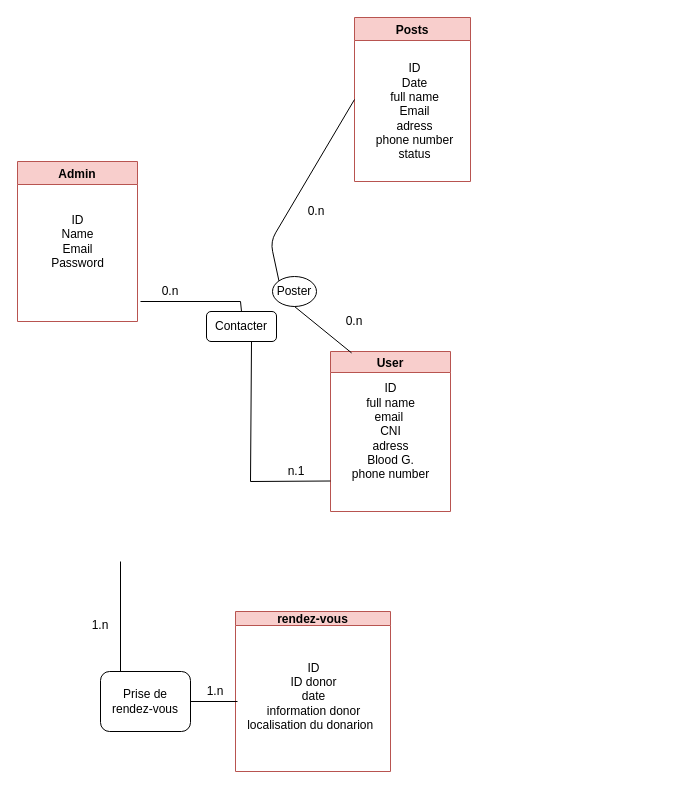
chaima-marzouk/projet-fil-rouge keeps this draw.io diagram as mcd.drawio. Above is the earlier version. Source tidied: cells renumbered, new cells numbered last; positions are measured from the earlier drawing's top-left corner, leaving out a move shared by most shapes. Both pictures are drawn from the tidied source at 100%, with x=0, y=0 at pixel (17, 17).
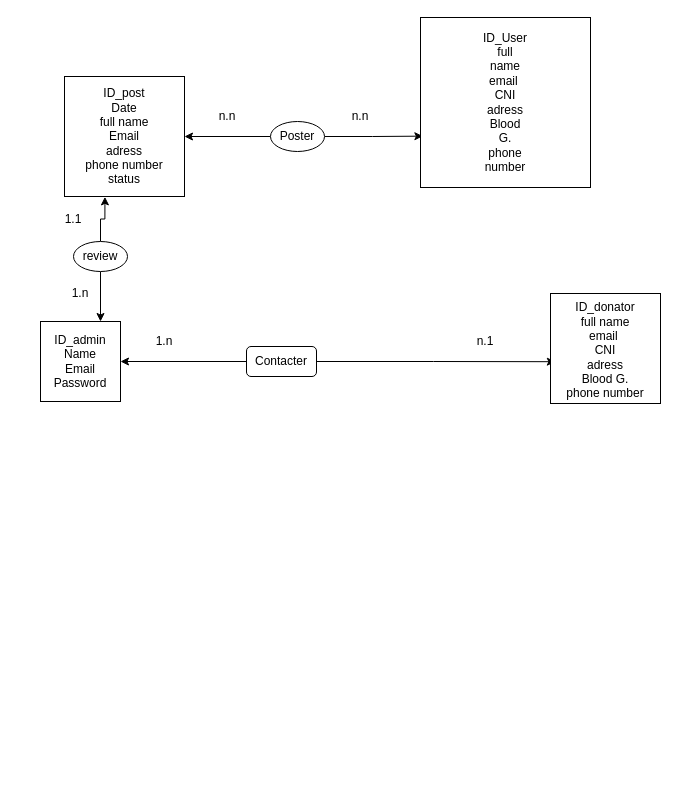
The same page after the edit.

The edit, as a diff of the source:
```diff
@@
-    <mxCell id="2" value="Admin" style="swimlane;fillColor=#f8cecc;strokeColor=#b85450;" parent="1" vertex="1">
-      <mxGeometry y="144" width="120" height="160" as="geometry" />
-    </mxCell>
-    <mxCell id="3" value="ID&lt;br&gt;Name&lt;br&gt;Email&lt;br&gt;Password" style="text;html=1;align=center;verticalAlign=middle;" parent="2" vertex="1">
-      <mxGeometry x="25" y="50" width="70" height="60" as="geometry" />
-    </mxCell>
-    <mxCell id="4" value="Posts" style="swimlane;fillColor=#f8cecc;strokeColor=#b85450;" parent="1" vertex="1">
-      <mxGeometry x="337" width="116" height="164" as="geometry" />
-    </mxCell>
-    <mxCell id="5" value="ID&lt;br&gt;Date&lt;br&gt;full name&lt;br&gt;Email&lt;br&gt;adress&lt;br&gt;phone number&lt;br&gt;status" style="text;html=1;align=center;verticalAlign=middle;" parent="4" vertex="1">
-      <mxGeometry x="15" y="44" width="90" height="100" as="geometry" />
-    </mxCell>
-    <mxCell id="6" value="rendez-vous" style="swimlane;startSize=14;fillColor=#f8cecc;strokeColor=#b85450;" parent="1" vertex="1">
-      <mxGeometry x="218" y="594" width="155" height="160" as="geometry" />
-    </mxCell>
-    <mxCell id="7" value="ID&lt;br&gt;ID donor&lt;br&gt;date&lt;br&gt;information donor&lt;br&gt;localisation du donarion&amp;nbsp;&amp;nbsp;" style="text;html=1;align=center;verticalAlign=middle;" parent="6" vertex="1">
-      <mxGeometry x="2.5" y="45" width="150" height="80" as="geometry" />
-    </mxCell>
+    <mxCell id="28" style="edgeStyle=orthogonalEdgeStyle;rounded=0;jettySize=auto;html=1;exitX=0;exitY=0.5;exitDx=0;exitDy=0;entryX=1;entryY=0.5;entryDx=0;entryDy=0;" parent="1" edge="1" source="8" target="36">
+      <mxGeometry relative="1" as="geometry" />
+    </mxCell>
+    <mxCell id="29" style="edgeStyle=orthogonalEdgeStyle;rounded=0;jettySize=auto;html=1;exitX=1;exitY=0.5;exitDx=0;exitDy=0;entryX=0.014;entryY=0.698;entryDx=0;entryDy=0;entryPerimeter=0;" parent="1" edge="1" source="8" target="38">
+      <mxGeometry relative="1" as="geometry" />
+    </mxCell>
     <mxCell id="8" value="Poster" style="ellipse;whiteSpace=wrap;html=1;" parent="1" vertex="1">
-      <mxGeometry x="255" y="259" width="44" height="30" as="geometry" />
+      <mxGeometry x="253" y="104" width="54" height="30" as="geometry" />
     </mxCell>
+    <mxCell id="30" style="edgeStyle=orthogonalEdgeStyle;rounded=0;jettySize=auto;html=1;exitX=0;exitY=0.5;exitDx=0;exitDy=0;entryX=1;entryY=0.5;entryDx=0;entryDy=0;" parent="1" edge="1" source="9" target="32">
+      <mxGeometry relative="1" as="geometry" />
+    </mxCell>
+    <mxCell id="31" style="edgeStyle=orthogonalEdgeStyle;rounded=0;jettySize=auto;html=1;exitX=1;exitY=0.5;exitDx=0;exitDy=0;entryX=0.044;entryY=0.62;entryDx=0;entryDy=0;entryPerimeter=0;" parent="1" edge="1" source="9" target="34">
+      <mxGeometry relative="1" as="geometry" />
+    </mxCell>
     <mxCell id="9" value="Contacter" style="rounded=1;whiteSpace=wrap;html=1;" parent="1" vertex="1">
-      <mxGeometry x="189" y="294" width="70" height="30" as="geometry" />
+      <mxGeometry x="229" y="329" width="70" height="30" as="geometry" />
     </mxCell>
-    <mxCell id="10" style="endArrow=none;html=1;" parent="1" edge="1">
-      <mxGeometry relative="1" as="geometry">
-        <mxPoint x="123" y="284" as="sourcePoint" />
-        <mxPoint x="223" y="284" as="targetPoint" />
-      </mxGeometry>
-    </mxCell>
-    <mxCell id="11" style="endArrow=none;html=1;exitX=0.5;exitY=0;exitDx=0;exitDy=0;" parent="1" edge="1" source="9">
-      <mxGeometry relative="1" as="geometry">
-        <mxPoint x="223" y="284" as="targetPoint" />
-      </mxGeometry>
-    </mxCell>
-    <mxCell id="12" value="User" style="swimlane;fillColor=#f8cecc;strokeColor=#b85450;startSize=21;" parent="1" vertex="1">
-      <mxGeometry x="313" y="334" width="120" height="160" as="geometry" />
-    </mxCell>
-    <mxCell id="13" value="ID&lt;br&gt;full name&lt;br&gt;email&amp;nbsp;&lt;br&gt;CNI&lt;br&gt;adress&lt;br&gt;Blood G.&lt;br&gt;phone number&lt;br&gt;" style="text;html=1;align=center;verticalAlign=middle;" parent="12" vertex="1">
-      <mxGeometry x="15" y="30" width="90" height="100" as="geometry" />
-    </mxCell>
-    <mxCell id="14" style="endArrow=none;html=1;" parent="1" edge="1">
-      <mxGeometry relative="1" as="geometry">
-        <mxPoint x="233" y="464" as="sourcePoint" />
-        <mxPoint x="234" y="324" as="targetPoint" />
-      </mxGeometry>
-    </mxCell>
-    <mxCell id="15" style="endArrow=none;html=1;" parent="1" edge="1">
-      <mxGeometry relative="1" as="geometry">
-        <mxPoint x="233" y="464" as="sourcePoint" />
-        <mxPoint x="313" y="463.5" as="targetPoint" />
-      </mxGeometry>
-    </mxCell>
-    <mxCell id="16" style="endArrow=none;html=1;entryX=0;entryY=0.5;entryDx=0;entryDy=0;exitX=0;exitY=0;exitDx=0;exitDy=0;" parent="1" edge="1" source="8" target="4">
-      <mxGeometry relative="1" as="geometry">
-        <Array as="points">
-          <mxPoint x="253" y="224" />
-        </Array>
-      </mxGeometry>
-    </mxCell>
-    <mxCell id="17" style="endArrow=none;html=1;entryX=0.5;entryY=1;entryDx=0;entryDy=0;" parent="1" edge="1">
-      <mxGeometry relative="1" as="geometry">
-        <mxPoint x="103" y="664" as="sourcePoint" />
-        <mxPoint x="103" y="544" as="targetPoint" />
-      </mxGeometry>
-    </mxCell>
-    <mxCell id="18" style="endArrow=none;html=1;exitX=1;exitY=0.5;exitDx=0;exitDy=0;" parent="1" edge="1" source="19">
-      <mxGeometry relative="1" as="geometry">
-        <mxPoint x="220" y="684" as="targetPoint" />
-      </mxGeometry>
-    </mxCell>
-    <mxCell id="19" style="rounded=1;whiteSpace=wrap;html=1;" parent="1" vertex="1">
-      <mxGeometry x="83" y="654" width="90" height="60" as="geometry" />
-    </mxCell>
-    <mxCell id="20" value="Prise de rendez-vous" style="text;html=1;strokeColor=none;fillColor=none;align=center;verticalAlign=middle;whiteSpace=wrap;rounded=0;" parent="1" vertex="1">
-      <mxGeometry x="93" y="674" width="70" height="20" as="geometry" />
-    </mxCell>
-    <mxCell id="21" value="0.n" style="text;html=1;strokeColor=none;fillColor=none;align=center;verticalAlign=middle;whiteSpace=wrap;rounded=0;" parent="1" vertex="1">
-      <mxGeometry x="133" y="264" width="40" height="20" as="geometry" />
-    </mxCell>
-    <mxCell id="22" value="0.n" style="text;html=1;strokeColor=none;fillColor=none;align=center;verticalAlign=middle;whiteSpace=wrap;rounded=0;" parent="1" vertex="1">
-      <mxGeometry x="317" y="294" width="40" height="20" as="geometry" />
-    </mxCell>
-    <mxCell id="23" value="0.n" style="text;html=1;strokeColor=none;fillColor=none;align=center;verticalAlign=middle;whiteSpace=wrap;rounded=0;" parent="1" vertex="1">
-      <mxGeometry x="279" y="184" width="40" height="20" as="geometry" />
-    </mxCell>
-    <mxCell id="24" value="n.1" style="text;html=1;strokeColor=none;fillColor=none;align=center;verticalAlign=middle;whiteSpace=wrap;rounded=0;" parent="1" vertex="1">
-      <mxGeometry x="259" y="444" width="40" height="20" as="geometry" />
+    <mxCell id="24" value="n.n" style="text;html=1;strokeColor=none;fillColor=none;align=center;verticalAlign=middle;whiteSpace=wrap;rounded=0;" parent="1" vertex="1">
+      <mxGeometry x="323" y="89" width="40" height="20" as="geometry" />
     </mxCell>
-    <mxCell id="25" value="1.n" style="text;html=1;strokeColor=none;fillColor=none;align=center;verticalAlign=middle;whiteSpace=wrap;rounded=0;" parent="1" vertex="1">
-      <mxGeometry x="63" y="597.5" width="40" height="20" as="geometry" />
-    </mxCell>
-    <mxCell id="26" value="1.n" style="text;html=1;strokeColor=none;fillColor=none;align=center;verticalAlign=middle;whiteSpace=wrap;rounded=0;" parent="1" vertex="1">
-      <mxGeometry x="178" y="664" width="40" height="20" as="geometry" />
-    </mxCell>
-    <mxCell id="27" style="endArrow=none;html=1;exitX=0.5;exitY=1;exitDx=0;exitDy=0;entryX=0.176;entryY=0.009;entryDx=0;entryDy=0;entryPerimeter=0;" parent="1" edge="1" source="8" target="12">
-      <mxGeometry relative="1" as="geometry" />
-    </mxCell>
+    <mxCell id="32" style="whiteSpace=wrap;html=1;" parent="1" vertex="1">
+      <mxGeometry x="23" y="304" width="80" height="80" as="geometry" />
+    </mxCell>
+    <mxCell id="33" value="&lt;span style=&quot;white-space: nowrap&quot;&gt;ID_admin&lt;/span&gt;&lt;br style=&quot;white-space: nowrap&quot;&gt;&lt;span style=&quot;white-space: nowrap&quot;&gt;Name&lt;/span&gt;&lt;br style=&quot;white-space: nowrap&quot;&gt;&lt;span style=&quot;white-space: nowrap&quot;&gt;Email&lt;/span&gt;&lt;br style=&quot;white-space: nowrap&quot;&gt;&lt;span style=&quot;white-space: nowrap&quot;&gt;Password&lt;/span&gt;" style="text;html=1;strokeColor=none;fillColor=none;align=center;verticalAlign=middle;whiteSpace=wrap;rounded=0;" parent="1" vertex="1">
+      <mxGeometry x="43" y="334" width="40" height="20" as="geometry" />
+    </mxCell>
+    <mxCell id="34" style="whiteSpace=wrap;html=1;" parent="1" vertex="1">
+      <mxGeometry x="533" y="276" width="110" height="110" as="geometry" />
+    </mxCell>
+    <mxCell id="35" value="&lt;span style=&quot;white-space: nowrap&quot;&gt;ID_donator&lt;/span&gt;&lt;br style=&quot;white-space: nowrap&quot;&gt;&lt;span style=&quot;white-space: nowrap&quot;&gt;full name&lt;/span&gt;&lt;br style=&quot;white-space: nowrap&quot;&gt;&lt;span style=&quot;white-space: nowrap&quot;&gt;email&amp;nbsp;&lt;/span&gt;&lt;br style=&quot;white-space: nowrap&quot;&gt;&lt;span style=&quot;white-space: nowrap&quot;&gt;CNI&lt;/span&gt;&lt;br style=&quot;white-space: nowrap&quot;&gt;&lt;span style=&quot;white-space: nowrap&quot;&gt;adress&lt;/span&gt;&lt;br style=&quot;white-space: nowrap&quot;&gt;&lt;span style=&quot;white-space: nowrap&quot;&gt;Blood G.&lt;/span&gt;&lt;br style=&quot;white-space: nowrap&quot;&gt;&lt;span style=&quot;white-space: nowrap&quot;&gt;phone number&lt;/span&gt;" style="text;html=1;strokeColor=none;fillColor=none;align=center;verticalAlign=middle;whiteSpace=wrap;rounded=0;" parent="1" vertex="1">
+      <mxGeometry x="568" y="325" width="40" height="15" as="geometry" />
+    </mxCell>
+    <mxCell id="36" style="whiteSpace=wrap;html=1;" parent="1" vertex="1">
+      <mxGeometry x="47" y="59" width="120" height="120" as="geometry" />
+    </mxCell>
+    <mxCell id="37" value="&lt;span style=&quot;white-space: nowrap&quot;&gt;ID_post&lt;/span&gt;&lt;br style=&quot;white-space: nowrap&quot;&gt;&lt;span style=&quot;white-space: nowrap&quot;&gt;Date&lt;/span&gt;&lt;br style=&quot;white-space: nowrap&quot;&gt;&lt;span style=&quot;white-space: nowrap&quot;&gt;full name&lt;/span&gt;&lt;br style=&quot;white-space: nowrap&quot;&gt;&lt;span style=&quot;white-space: nowrap&quot;&gt;Email&lt;/span&gt;&lt;br style=&quot;white-space: nowrap&quot;&gt;&lt;span style=&quot;white-space: nowrap&quot;&gt;adress&lt;/span&gt;&lt;br style=&quot;white-space: nowrap&quot;&gt;&lt;span style=&quot;white-space: nowrap&quot;&gt;phone number&lt;/span&gt;&lt;br style=&quot;white-space: nowrap&quot;&gt;&lt;span style=&quot;white-space: nowrap&quot;&gt;status&lt;/span&gt;" style="text;html=1;strokeColor=none;fillColor=none;align=center;verticalAlign=middle;whiteSpace=wrap;rounded=0;" parent="1" vertex="1">
+      <mxGeometry x="87" y="109" width="40" height="20" as="geometry" />
+    </mxCell>
+    <mxCell id="38" style="whiteSpace=wrap;html=1;" parent="1" vertex="1">
+      <mxGeometry x="403" width="170" height="170" as="geometry" />
+    </mxCell>
+    <mxCell id="39" value="ID_User&lt;br&gt;full name&lt;br&gt;email&amp;nbsp;&lt;br&gt;CNI&lt;br&gt;adress&lt;br&gt;Blood G.&lt;br&gt;phone number" style="text;html=1;strokeColor=none;fillColor=none;align=center;verticalAlign=middle;whiteSpace=wrap;rounded=0;" parent="1" vertex="1">
+      <mxGeometry x="468" y="77.5" width="40" height="15" as="geometry" />
+    </mxCell>
+    <mxCell id="40" style="edgeStyle=orthogonalEdgeStyle;rounded=0;jettySize=auto;html=1;exitX=0.5;exitY=1;exitDx=0;exitDy=0;entryX=0.75;entryY=0;entryDx=0;entryDy=0;" parent="1" edge="1" source="42" target="32">
+      <mxGeometry relative="1" as="geometry" />
+    </mxCell>
+    <mxCell id="41" style="edgeStyle=orthogonalEdgeStyle;rounded=0;jettySize=auto;html=1;exitX=0.5;exitY=0;exitDx=0;exitDy=0;entryX=0.337;entryY=1.003;entryDx=0;entryDy=0;entryPerimeter=0;" parent="1" edge="1" source="42" target="36">
+      <mxGeometry relative="1" as="geometry" />
+    </mxCell>
+    <mxCell id="42" value="review" style="ellipse;whiteSpace=wrap;html=1;" parent="1" vertex="1">
+      <mxGeometry x="56" y="224" width="54" height="30" as="geometry" />
+    </mxCell>
+    <mxCell id="43" value="n.n" style="text;html=1;strokeColor=none;fillColor=none;align=center;verticalAlign=middle;whiteSpace=wrap;rounded=0;" parent="1" vertex="1">
+      <mxGeometry x="190" y="89" width="40" height="20" as="geometry" />
+    </mxCell>
+    <mxCell id="44" value="n.1" style="text;html=1;strokeColor=none;fillColor=none;align=center;verticalAlign=middle;whiteSpace=wrap;rounded=0;" parent="1" vertex="1">
+      <mxGeometry x="448" y="314" width="40" height="20" as="geometry" />
+    </mxCell>
+    <mxCell id="45" value="1.n" style="text;html=1;strokeColor=none;fillColor=none;align=center;verticalAlign=middle;whiteSpace=wrap;rounded=0;" parent="1" vertex="1">
+      <mxGeometry x="127" y="314" width="40" height="20" as="geometry" />
+    </mxCell>
+    <mxCell id="46" value="1.n" style="text;html=1;strokeColor=none;fillColor=none;align=center;verticalAlign=middle;whiteSpace=wrap;rounded=0;" parent="1" vertex="1">
+      <mxGeometry x="43" y="266" width="40" height="20" as="geometry" />
+    </mxCell>
+    <mxCell id="47" value="1.1" style="text;html=1;strokeColor=none;fillColor=none;align=center;verticalAlign=middle;whiteSpace=wrap;rounded=0;" parent="1" vertex="1">
+      <mxGeometry x="36" y="191.5" width="40" height="20" as="geometry" />
+    </mxCell>
```
